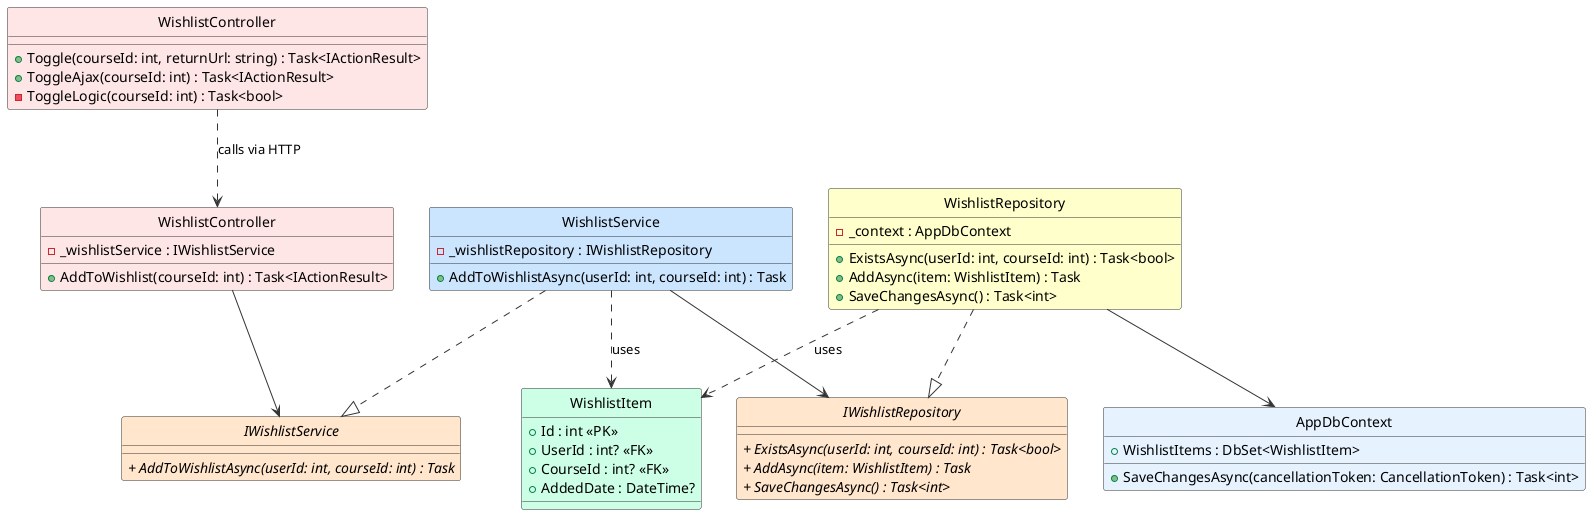
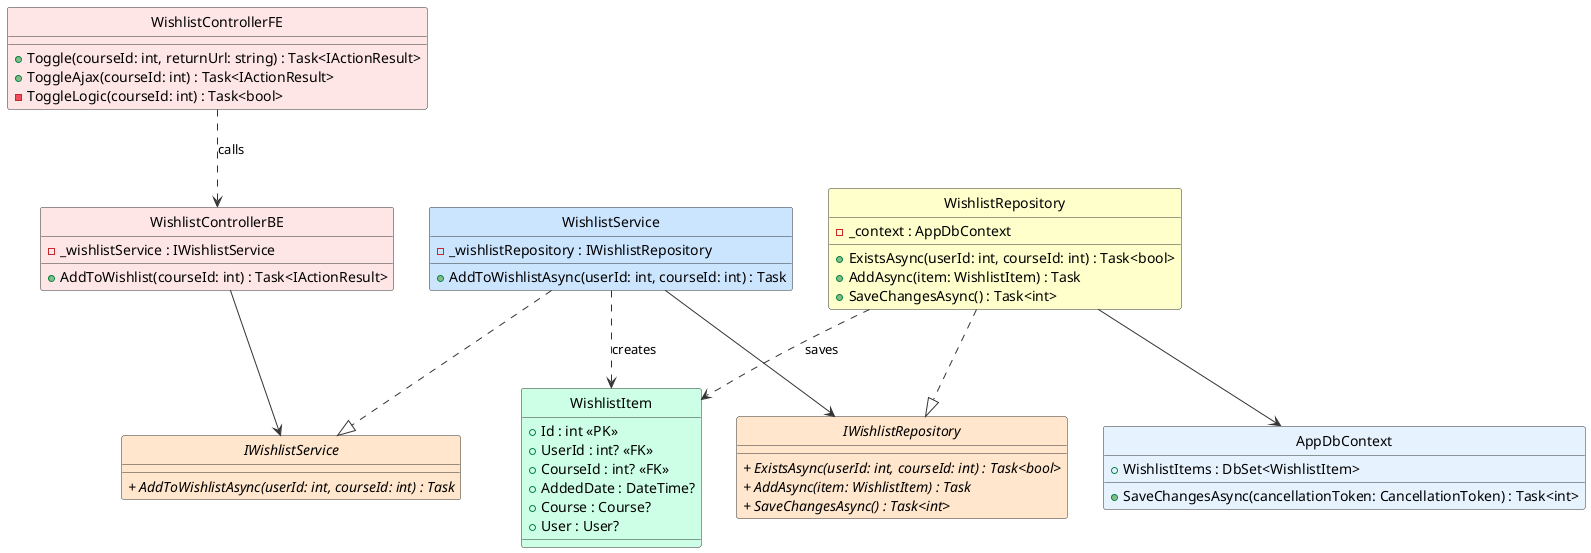
@startuml AddWishlistItem_ClassDiagram

' Styling & Settings
skinparam style strictuml
skinparam shadowing false
skinparam class {
    BackgroundColor White
    BorderColor #1A73E8
    ArrowColor #5F6368
}

!define ABSTRACT_COLOR #FFE6CC
!define SERVICE_COLOR #CCE5FF
!define DTO_COLOR #E6CCFF
!define ENTITY_COLOR #CCFFE6
!define REPOSITORY_COLOR #FFFFCC
!define CONTROLLER_COLOR #FFE6E6
- !define DbContext #E6F3FF

skinparam backgroundColor #FFFFFF
skinparam classBackgroundColor #F9F9F9
skinparam classBorderColor #333333
skinparam arrowColor #333333

' ==================== FRONTEND ====================

- class "WishlistController" as WishlistControllerFE #FFE6E6 {
+ class WishlistControllerFE #FFE6E6 {
    + Toggle(courseId: int, returnUrl: string) : Task<IActionResult>
    + ToggleAjax(courseId: int) : Task<IActionResult>
    - ToggleLogic(courseId: int) : Task<bool>
}

' ==================== BACKEND - CONTROLLER ====================

- class "WishlistController" as WishlistControllerBE #FFE6E6 {
+ class WishlistControllerBE #FFE6E6 {
    - _wishlistService : IWishlistService
    + AddToWishlist(courseId: int) : Task<IActionResult>
}

' ==================== BACKEND - DOMAIN ENTITIES ====================

class WishlistItem #CCFFE6 {
    + Id : int <<PK>>
    + UserId : int? <<FK>>
    + CourseId : int? <<FK>>
    + AddedDate : DateTime?
+     + Course : Course?
+     + User : User?
}

' ==================== BACKEND - SERVICE INTERFACES ====================

interface IWishlistService #FFE6CC {
    //+ AddToWishlistAsync(userId: int, courseId: int) : Task//
}

' ==================== BACKEND - REPOSITORY INTERFACES ====================

interface IWishlistRepository #FFE6CC {
    //+ ExistsAsync(userId: int, courseId: int) : Task<bool>//
    //+ AddAsync(item: WishlistItem) : Task//
    //+ SaveChangesAsync() : Task<int>//
}

' ==================== BACKEND - SERVICE IMPLEMENTATION ====================

class WishlistService #CCE5FF {
    - _wishlistRepository : IWishlistRepository
    + AddToWishlistAsync(userId: int, courseId: int) : Task
}

' ==================== BACKEND - REPOSITORY IMPLEMENTATION ====================

class WishlistRepository #FFFFCC {
    - _context : AppDbContext
    + ExistsAsync(userId: int, courseId: int) : Task<bool>
    + AddAsync(item: WishlistItem) : Task
    + SaveChangesAsync() : Task<int>
}

' ==================== BACKEND - DbContext ====================

class AppDbContext #E6F3FF {
    + WishlistItems : DbSet<WishlistItem>
    + SaveChangesAsync(cancellationToken: CancellationToken) : Task<int>
}

' ==================== RELATIONSHIPS ====================

- ' === UNIDIRECTIONAL ASSOCIATION ===
+ ' === UNIDIRECTIONAL ASSOCIATION (solid arrow) ===
+ WishlistControllerFE ..> WishlistControllerBE : calls
WishlistControllerBE --> IWishlistService
WishlistService --> IWishlistRepository
WishlistRepository --> AppDbContext

' === INTERFACE REALIZATION ===
WishlistService ..|> IWishlistService
WishlistRepository ..|> IWishlistRepository

- ' === DEPENDENCY ===
- WishlistControllerFE ..> WishlistControllerBE : calls via HTTP
- WishlistService ..> WishlistItem : uses
- WishlistRepository ..> WishlistItem : uses
+ ' === DEPENDENCY (dashed arrows) ===
+ WishlistService ..> WishlistItem : creates
+ ' WishlistRepository ..> WishlistItem : queries
+ WishlistRepository ..> WishlistItem : saves

@enduml
